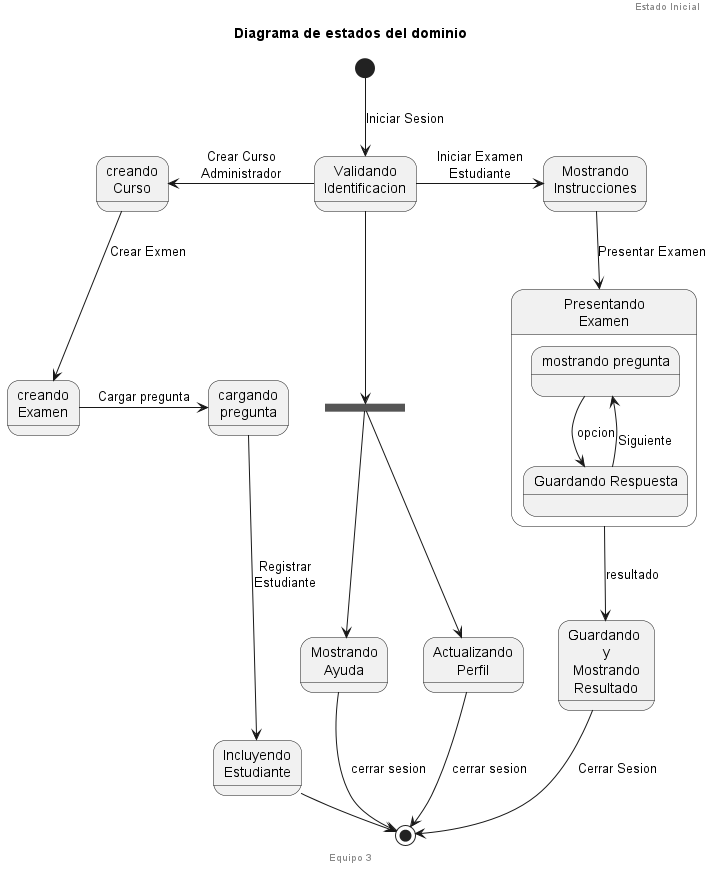
The PlantUML diagram docs/scenariosView/diagramaEstados/Diagrama de Estado.png in febres35/EdTech_IS, before a commit.
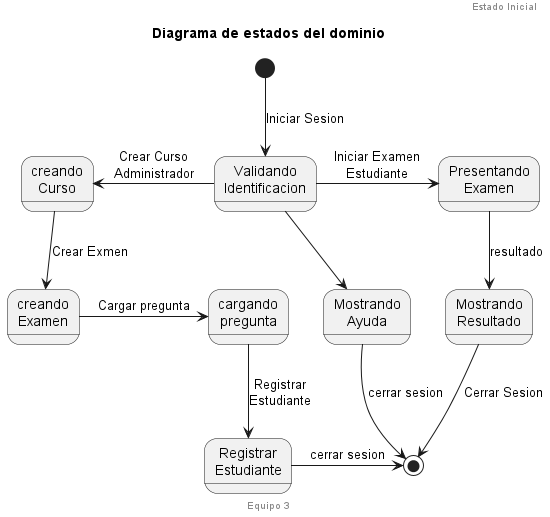
The same diagram one commit later.

Commit message:
nueva imagen de diagrama de estado

Diff of the diagram source:
```diff
@@ -13,37 +13,25 @@
 state  "creando\nExamen" as ge
 state  "cargando\npregunta" as cp
 
-state "Mostrando\nInstrucciones" as mi
-state "Presentando\nExamen" as ee{
-    state "mostrando pregunta" as mp
-    state "Guardando Respuesta" as gp
-    mp --> gp: opcion
-    gp --> mp: \nSiguiente
-}
-state "Guardando \ny\nMostrando\nResultado" as gr
-state "Actualizando\nPerfil" as ap
+state "Presentando\nExamen" as ee
+state "Mostrando\nResultado" as gr
 state "Mostrando\nAyuda" as ma
-state "Incluyendo\nEstudiante" as ie
-state finAd <<join>>
+state "Registrar\nEstudiante" as ie
 
 [*] --> vi: Iniciar Sesion
 vi -left-> gc: Crear Curso\nAdministrador
 gc --> ge: Crear Exmen
 ge -right-> cp: Cargar pregunta
 cp --> ie: Registrar\nEstudiante
-vi --> finAd
-finAd --> ma
-finAd --> ap
+vi --> ma
 
 
 ma --> [*]: cerrar sesion
-ap --> [*]: cerrar sesion
 ie -right-> [*] : cerrar sesion
 
 
 
-vi -right-> mi: Iniciar Examen\nEstudiante
-mi --> ee: Presentar Examen
+vi -right-> ee: Iniciar Examen\nEstudiante
 ee --> gr: resultado
 gr --> [*]:  Cerrar Sesion
 
```
